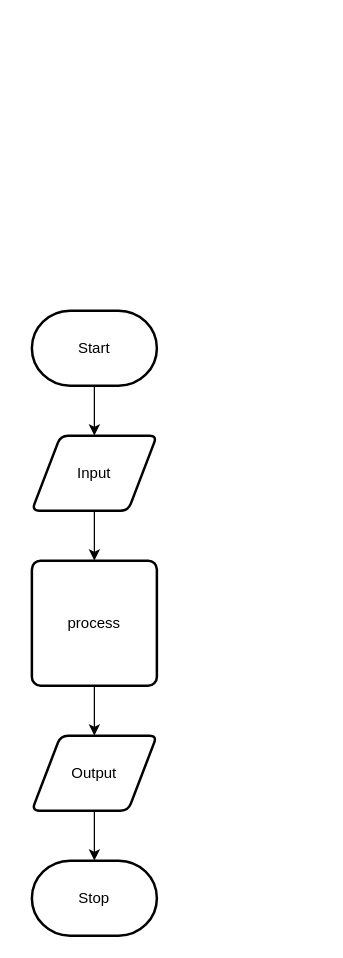
Earlier version of the draw.io diagram design/flow-chart.drawio (Alex-Nelson-1/ICS2O-UNIT5-02-RADIO-BUTTONS). Source tidied: cells renumbered, new cells numbered last; positions are measured from the earlier drawing's top-left corner, leaving out a move shared by most shapes. Both pictures are drawn from the tidied source at 125%, with x=0, y=0 at pixel (31, 310).
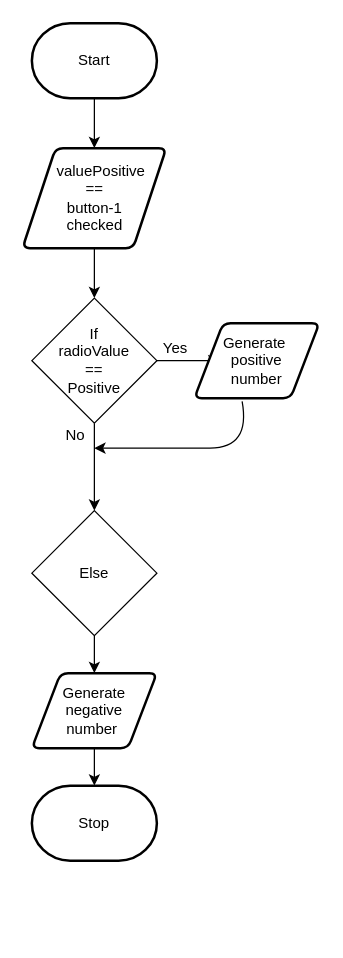
Above is the later version.

Commit message (it also covers changes not shown here):
remake of story board and flow chart

The edit, as a diff of the source:
```diff
@@
     <mxCell id="3" value="Start" style="strokeWidth=2;html=1;shape=mxgraph.flowchart.terminator;whiteSpace=wrap;" parent="1" vertex="1">
-      <mxGeometry width="100" height="60" as="geometry" />
+      <mxGeometry y="-230" width="100" height="60" as="geometry" />
     </mxCell>
-    <mxCell id="4" style="edgeStyle=none;html=1;" parent="1" edge="1" source="5" target="7">
-      <mxGeometry relative="1" as="geometry" />
-    </mxCell>
+    <mxCell id="11" style="edgeStyle=none;html=1;" parent="1" edge="1" source="5">
+      <mxGeometry relative="1" as="geometry">
+        <mxPoint x="50" y="-10" as="targetPoint" />
+      </mxGeometry>
+    </mxCell>
-    <mxCell id="5" value="Input" style="shape=parallelogram;html=1;strokeWidth=2;perimeter=parallelogramPerimeter;whiteSpace=wrap;rounded=1;arcSize=12;size=0.23;" parent="1" vertex="1">
-      <mxGeometry y="100" width="100" height="60" as="geometry" />
+    <mxCell id="5" value="&amp;nbsp; &amp;nbsp; valuePositive&amp;nbsp;&lt;br&gt;==&lt;br&gt;button-1 &lt;br&gt;checked" style="shape=parallelogram;html=1;strokeWidth=2;perimeter=parallelogramPerimeter;whiteSpace=wrap;rounded=1;arcSize=12;size=0.23;" parent="1" vertex="1">
+      <mxGeometry x="-7.5" y="-130" width="115" height="80" as="geometry" />
     </mxCell>
-    <mxCell id="6" style="edgeStyle=none;html=1;" parent="1" edge="1" source="7" target="9">
-      <mxGeometry relative="1" as="geometry" />
-    </mxCell>
-    <mxCell id="7" value="process" style="rounded=1;whiteSpace=wrap;html=1;absoluteArcSize=1;arcSize=14;strokeWidth=2;" parent="1" vertex="1">
-      <mxGeometry y="200" width="100" height="100" as="geometry" />
-    </mxCell>
-    <mxCell id="8" style="edgeStyle=none;html=1;" parent="1" edge="1" source="9" target="10">
-      <mxGeometry relative="1" as="geometry" />
-    </mxCell>
-    <mxCell id="9" value="Output" style="shape=parallelogram;html=1;strokeWidth=2;perimeter=parallelogramPerimeter;whiteSpace=wrap;rounded=1;arcSize=12;size=0.23;" parent="1" vertex="1">
-      <mxGeometry y="340" width="100" height="60" as="geometry" />
-    </mxCell>
+    <mxCell id="12" style="edgeStyle=none;html=1;" parent="1" edge="1" target="15">
+      <mxGeometry relative="1" as="geometry">
+        <mxPoint x="50" y="260" as="sourcePoint" />
+      </mxGeometry>
+    </mxCell>
     <mxCell id="10" value="Stop" style="strokeWidth=2;html=1;shape=mxgraph.flowchart.terminator;whiteSpace=wrap;" parent="1" vertex="1">
-      <mxGeometry y="440" width="100" height="60" as="geometry" />
+      <mxGeometry y="380" width="100" height="60" as="geometry" />
     </mxCell>
+    <mxCell id="13" style="edgeStyle=none;html=1;" parent="1" edge="1">
+      <mxGeometry relative="1" as="geometry">
+        <mxPoint x="50" y="90" as="sourcePoint" />
+        <mxPoint x="50" y="160" as="targetPoint" />
+      </mxGeometry>
+    </mxCell>
+    <mxCell id="14" style="edgeStyle=none;html=1;" parent="1" edge="1" source="15" target="10">
+      <mxGeometry relative="1" as="geometry" />
+    </mxCell>
+    <mxCell id="15" value="Generate negative &lt;br&gt;number&amp;nbsp;" style="shape=parallelogram;html=1;strokeWidth=2;perimeter=parallelogramPerimeter;whiteSpace=wrap;rounded=1;arcSize=12;size=0.23;" parent="1" vertex="1">
+      <mxGeometry y="290" width="100" height="60" as="geometry" />
+    </mxCell>
+    <mxCell id="16" style="edgeStyle=none;html=1;" parent="1" edge="1">
+      <mxGeometry relative="1" as="geometry">
+        <mxPoint x="100" y="40" as="sourcePoint" />
+        <mxPoint x="150" y="40" as="targetPoint" />
+      </mxGeometry>
+    </mxCell>
+    <mxCell id="17" value="Generate&amp;nbsp;&lt;br&gt;positive&lt;br&gt;number" style="shape=parallelogram;html=1;strokeWidth=2;perimeter=parallelogramPerimeter;whiteSpace=wrap;rounded=1;arcSize=12;size=0.23;" parent="1" vertex="1">
+      <mxGeometry x="130" y="10" width="100" height="60" as="geometry" />
+    </mxCell>
+    <mxCell id="18" style="curved=1;endArrow=classic;html=1;exitX=0.382;exitY=1.042;exitDx=0;exitDy=0;exitPerimeter=0;" parent="1" edge="1" source="17">
+      <mxGeometry relative="1" as="geometry">
+        <mxPoint x="50" y="110" as="targetPoint" />
+        <Array as="points">
+          <mxPoint x="175" y="110" />
+          <mxPoint x="110" y="110" />
+        </Array>
+      </mxGeometry>
+    </mxCell>
+    <mxCell id="19" value="Yes" style="text;html=1;strokeColor=none;fillColor=none;align=center;verticalAlign=middle;whiteSpace=wrap;rounded=0;" parent="1" vertex="1">
+      <mxGeometry x="90" y="20" width="50" height="20" as="geometry" />
+    </mxCell>
+    <mxCell id="20" value="No" style="text;html=1;strokeColor=none;fillColor=none;align=center;verticalAlign=middle;whiteSpace=wrap;rounded=0;" parent="1" vertex="1">
+      <mxGeometry x="10" y="90" width="50" height="20" as="geometry" />
+    </mxCell>
+    <mxCell id="21" value="&lt;span&gt;If&lt;/span&gt;&lt;br&gt;&lt;span&gt;radioValue&lt;/span&gt;&lt;br&gt;&lt;span&gt;==&lt;/span&gt;&lt;br&gt;&lt;span&gt;Positive&lt;/span&gt;" style="rhombus;whiteSpace=wrap;html=1;" parent="1" vertex="1">
+      <mxGeometry y="-10" width="100" height="100" as="geometry" />
+    </mxCell>
+    <mxCell id="22" value="Else" style="rhombus;whiteSpace=wrap;html=1;" parent="1" vertex="1">
+      <mxGeometry y="160" width="100" height="100" as="geometry" />
+    </mxCell>
```
